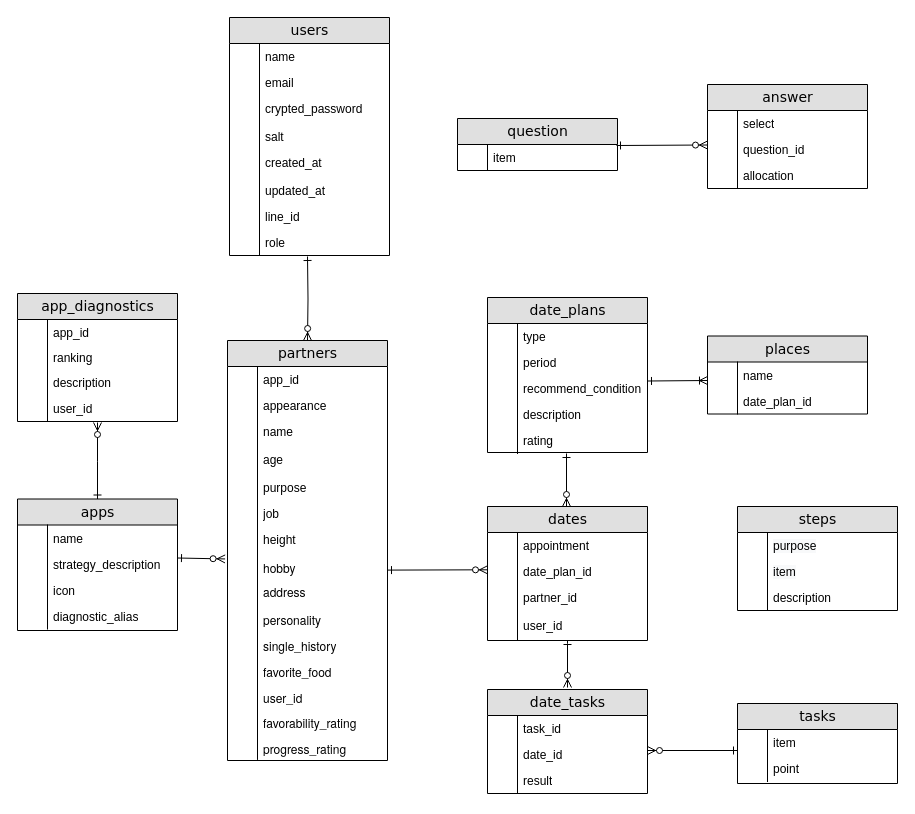
Before: Untitled Diagram.drawio in kstar0102/ryuki0102, a draw.io diagram. Source tidied: cells renumbered, new cells numbered last; positions are measured from the earlier drawing's top-left corner, leaving out a move shared by most shapes. Both pictures are drawn from the tidied source at 100%, with x=0, y=0 at pixel (17, 17).
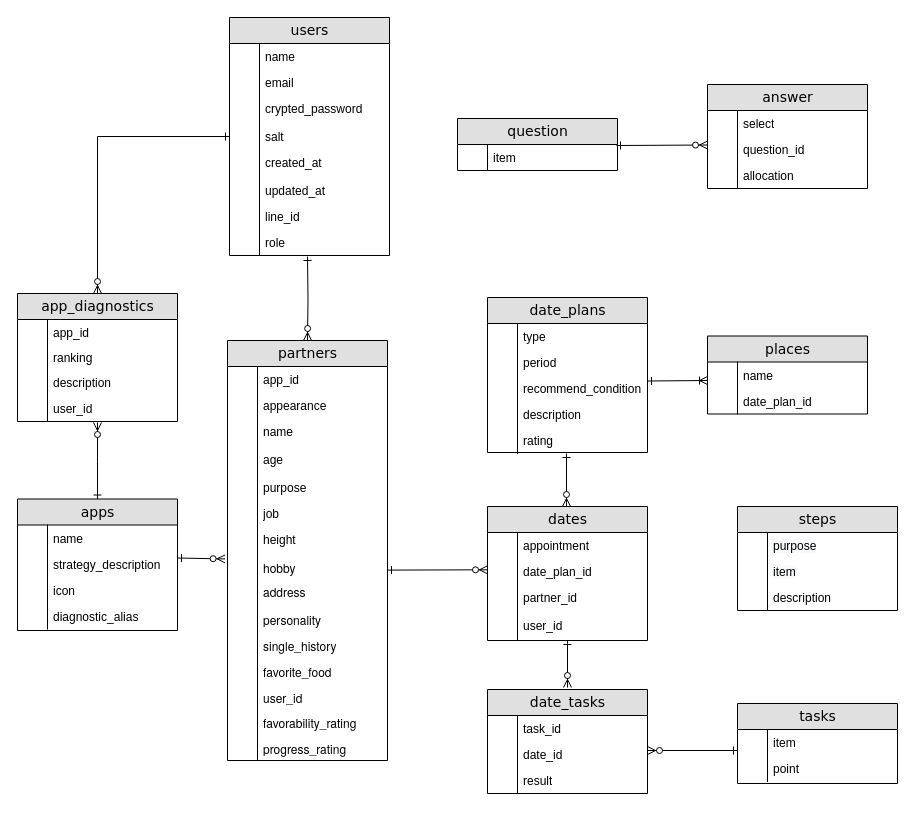
The same page after the edit.

Unchanged cells that the change refers to:
```xml
<mxCell id="11" value="salt" style="shape=partialRectangle;top=0;left=0;right=0;bottom=0;html=1;align=left;verticalAlign=top;fillColor=none;spacingLeft=34;spacingRight=4;whiteSpace=wrap;overflow=hidden;points=[[0,0.5],[1,0.5]];portConstraint=eastwest;" parent="1" vertex="1">
  <mxGeometry x="212" y="106" width="160" height="26" as="geometry" />
</mxCell>
<mxCell id="121" value="app_diagnostics" style="swimlane;html=1;fontStyle=0;horizontal=1;startSize=26;fillColor=#e0e0e0;swimlaneFillColor=#ffffff;align=center;rounded=0;shadow=0;comic=0;labelBackgroundColor=none;strokeWidth=1;fontFamily=Verdana;fontSize=14;" parent="1" vertex="1">
  <mxGeometry y="276" width="160" height="128" as="geometry" />
</mxCell>
```

Diff of the diagram source:
```diff
@@
+    <mxCell id="135" style="edgeStyle=orthogonalEdgeStyle;rounded=0;jettySize=auto;html=1;exitX=0;exitY=0.5;exitDx=0;exitDy=0;entryX=0.5;entryY=0;entryDx=0;entryDy=0;fontSize=11;startArrow=ERone;startFill=0;endArrow=ERzeroToMany;endFill=1;endSize=6;strokeWidth=1;" parent="1" edge="1" source="11" target="121">
+      <mxGeometry relative="1" as="geometry" />
+    </mxCell>
```
